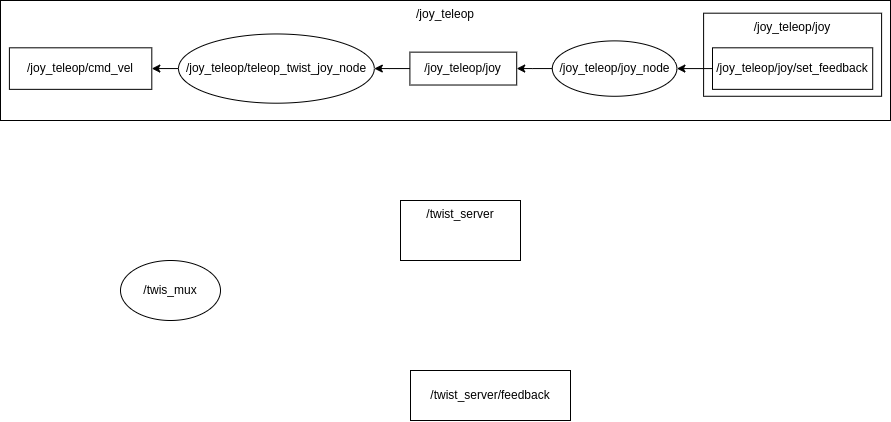
Lars-33/masteruia2 keeps this draw.io diagram as Figures/drawio/husky_rqt.drawio.png. Above is the earlier version. Source tidied: cells renumbered, new cells last; positions are measured from the earlier drawing's top-left corner, leaving out a move shared by most shapes.
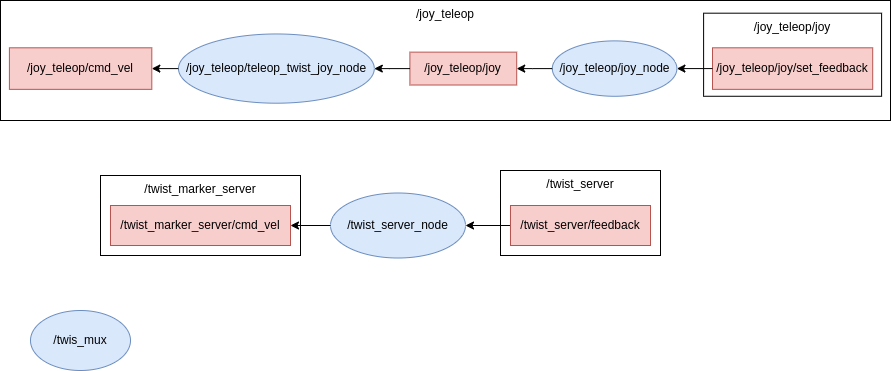
After the commit.

Change to the diagram source:
```diff
@@ -11,41 +11,56 @@
     <mxCell id="4" value="/joy_teleop/joy" style="rounded=0;whiteSpace=wrap;html=1;verticalAlign=top;" parent="2" vertex="1">
       <mxGeometry x="703.1" y="12.7" width="178" height="83.1" as="geometry" />
     </mxCell>
-    <mxCell id="5" value="/joy_teleop/joy/set_feedback" style="rounded=0;whiteSpace=wrap;html=1;" parent="2" vertex="1">
+    <mxCell id="5" value="/joy_teleop/joy/set_feedback" style="rounded=0;whiteSpace=wrap;html=1;fillColor=#f8cecc;strokeColor=#b85450;" parent="2" vertex="1">
       <mxGeometry x="712" y="47.3" width="160.2" height="41.5" as="geometry" />
     </mxCell>
-    <mxCell id="6" value="/joy_teleop/joy_node" style="ellipse;whiteSpace=wrap;html=1;" parent="2" vertex="1">
+    <mxCell id="6" value="/joy_teleop/joy_node" style="ellipse;whiteSpace=wrap;html=1;fillColor=#dae8fc;strokeColor=#6c8ebf;" parent="2" vertex="1">
       <mxGeometry x="551.8" y="40.4" width="124.6" height="55.4" as="geometry" />
     </mxCell>
     <mxCell id="7" style="edgeStyle=orthogonalEdgeStyle;rounded=0;jettySize=auto;html=1;exitX=0;exitY=0.5;exitDx=0;exitDy=0;entryX=1;entryY=0.5;entryDx=0;entryDy=0;" parent="2" edge="1" source="5" target="6">
       <mxGeometry relative="1" as="geometry" />
     </mxCell>
-    <mxCell id="8" value="/joy_teleop/joy" style="rounded=0;whiteSpace=wrap;html=1;" parent="2" vertex="1">
+    <mxCell id="8" value="/joy_teleop/joy" style="rounded=0;whiteSpace=wrap;html=1;fillColor=#f8cecc;strokeColor=#b85450;" parent="2" vertex="1">
       <mxGeometry x="409.4" y="51.6" width="106.8" height="32.9" as="geometry" />
     </mxCell>
     <mxCell id="9" style="edgeStyle=orthogonalEdgeStyle;rounded=0;jettySize=auto;html=1;" parent="2" edge="1" source="6" target="8">
       <mxGeometry relative="1" as="geometry" />
     </mxCell>
-    <mxCell id="10" value="/joy_teleop/teleop_twist_joy_node" style="ellipse;whiteSpace=wrap;html=1;" parent="2" vertex="1">
+    <mxCell id="10" value="/joy_teleop/teleop_twist_joy_node" style="ellipse;whiteSpace=wrap;html=1;fillColor=#dae8fc;strokeColor=#6c8ebf;" parent="2" vertex="1">
       <mxGeometry x="178" y="33.5" width="195.8" height="69.2" as="geometry" />
     </mxCell>
     <mxCell id="11" style="edgeStyle=orthogonalEdgeStyle;rounded=0;jettySize=auto;html=1;" parent="2" edge="1" source="8" target="10">
       <mxGeometry relative="1" as="geometry" />
     </mxCell>
-    <mxCell id="12" value="/joy_teleop/cmd_vel" style="rounded=0;whiteSpace=wrap;html=1;" parent="2" vertex="1">
+    <mxCell id="12" value="/joy_teleop/cmd_vel" style="rounded=0;whiteSpace=wrap;html=1;fillColor=#f8cecc;strokeColor=#b85450;" parent="2" vertex="1">
       <mxGeometry x="8.9" y="47.3" width="142.4" height="41.5" as="geometry" />
     </mxCell>
     <mxCell id="13" style="edgeStyle=orthogonalEdgeStyle;rounded=0;jettySize=auto;html=1;" parent="2" edge="1" source="10" target="12">
       <mxGeometry relative="1" as="geometry" />
     </mxCell>
-    <mxCell id="14" value="/twis_mux" style="ellipse;whiteSpace=wrap;html=1;" parent="1" vertex="1">
-      <mxGeometry x="120" y="260" width="100" height="60" as="geometry" />
+    <mxCell id="14" value="/twis_mux" style="ellipse;whiteSpace=wrap;html=1;fillColor=#dae8fc;strokeColor=#6c8ebf;" parent="1" vertex="1">
+      <mxGeometry x="30" y="310" width="100" height="60" as="geometry" />
     </mxCell>
     <mxCell id="15" value="/twist_server" style="rounded=0;whiteSpace=wrap;html=1;verticalAlign=top;" parent="1" vertex="1">
-      <mxGeometry x="400" y="200" width="120" height="60" as="geometry" />
+      <mxGeometry x="500" y="170" width="160" height="85" as="geometry" />
     </mxCell>
+    <mxCell id="17" style="edgeStyle=orthogonalEdgeStyle;rounded=0;jettySize=auto;html=1;" parent="1" edge="1" source="16" target="18">
+      <mxGeometry relative="1" as="geometry" />
+    </mxCell>
-    <mxCell id="16" value="/twist_server/feedback" style="rounded=0;whiteSpace=wrap;html=1;" parent="1" vertex="1">
-      <mxGeometry x="410" y="370" width="160" height="50" as="geometry" />
+    <mxCell id="16" value="/twist_server/feedback" style="rounded=0;whiteSpace=wrap;html=1;fillColor=#f8cecc;strokeColor=#b85450;" parent="1" vertex="1">
+      <mxGeometry x="510" y="205" width="140" height="40" as="geometry" />
     </mxCell>
+    <mxCell id="18" value="/twist_server_node" style="ellipse;whiteSpace=wrap;html=1;fillColor=#dae8fc;strokeColor=#6c8ebf;" parent="1" vertex="1">
+      <mxGeometry x="330" y="192.5" width="135" height="65" as="geometry" />
+    </mxCell>
+    <mxCell id="19" value="/twist_marker_server" style="rounded=0;whiteSpace=wrap;html=1;verticalAlign=top;" parent="1" vertex="1">
+      <mxGeometry x="100" y="175" width="200" height="80" as="geometry" />
+    </mxCell>
+    <mxCell id="20" value="/twist_marker_server/cmd_vel" style="rounded=0;whiteSpace=wrap;html=1;fillColor=#f8cecc;strokeColor=#b85450;" parent="1" vertex="1">
+      <mxGeometry x="110" y="205" width="180" height="40" as="geometry" />
+    </mxCell>
+    <mxCell id="21" style="edgeStyle=orthogonalEdgeStyle;rounded=0;jettySize=auto;html=1;exitX=0;exitY=0.5;exitDx=0;exitDy=0;entryX=1;entryY=0.5;entryDx=0;entryDy=0;" parent="1" edge="1" source="18" target="20">
+      <mxGeometry relative="1" as="geometry" />
+    </mxCell>
   </root>
 </mxGraphModel>
```
